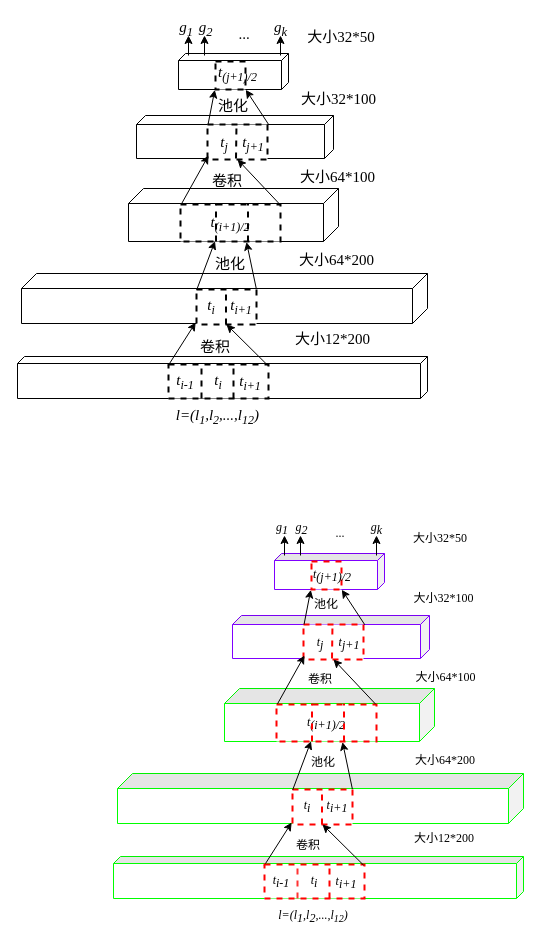
The draw.io diagram 一维卷积.drawio in ByronGe/ff, before the edit. Source tidied: cells renumbered, new cells numbered last; positions are measured from the earlier drawing's top-left corner, leaving out a move shared by most shapes. Both pictures are drawn from the tidied source at 100%, with x=0, y=0 at pixel (17, 18).
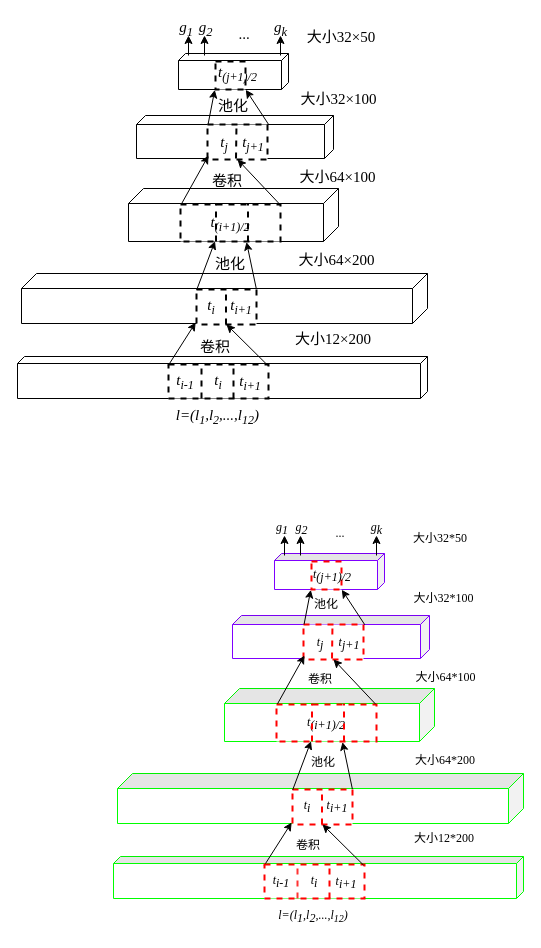
After the change.

Change to the diagram source:
```diff
@@
-    <mxCell id="35" value="&lt;font style=&quot;font-size: 15px;&quot;&gt;大小64*200&lt;/font&gt;" style="text;html=1;strokeColor=none;fillColor=none;align=center;verticalAlign=middle;whiteSpace=wrap;rounded=0;shadow=0;glass=0;comic=0;labelBackgroundColor=none;fontFamily=Times New Roman;fontSize=15;" parent="1" vertex="1">
+    <mxCell id="35" value="&lt;font style=&quot;font-size: 15px&quot;&gt;大小64&lt;span style=&quot;text-align: left&quot;&gt;×&lt;/span&gt;200&lt;/font&gt;" style="text;html=1;strokeColor=none;fillColor=none;align=center;verticalAlign=middle;whiteSpace=wrap;rounded=0;shadow=0;glass=0;comic=0;labelBackgroundColor=none;fontFamily=Times New Roman;fontSize=15;" parent="1" vertex="1">
       <mxGeometry x="276.5" y="223" width="85" height="35" as="geometry" />
     </mxCell>
@@
-    <mxCell id="46" value="&lt;font style=&quot;font-size: 15px;&quot;&gt;大小12*200&lt;/font&gt;" style="text;html=1;fontSize=15;fontFamily=Times New Roman;strokeColor=none;" parent="1" vertex="1">
+    <mxCell id="46" value="&lt;font style=&quot;font-size: 15px&quot;&gt;大小12×200&lt;/font&gt;" style="text;html=1;fontSize=15;fontFamily=Times New Roman;strokeColor=none;" parent="1" vertex="1">
       <mxGeometry x="275.5" y="305" width="83.5" height="25" as="geometry" />
     </mxCell>
-    <mxCell id="47" value="&lt;font style=&quot;font-size: 15px;&quot;&gt;大小64*100&lt;/font&gt;" style="text;html=1;strokeColor=none;fillColor=none;align=center;verticalAlign=middle;whiteSpace=wrap;rounded=0;shadow=0;glass=0;comic=0;labelBackgroundColor=none;fontFamily=Times New Roman;fontSize=15;" parent="1" vertex="1">
+    <mxCell id="47" value="&lt;font style=&quot;font-size: 15px&quot;&gt;大小64&lt;span style=&quot;text-align: left&quot;&gt;×&lt;/span&gt;100&lt;/font&gt;" style="text;html=1;strokeColor=none;fillColor=none;align=center;verticalAlign=middle;whiteSpace=wrap;rounded=0;shadow=0;glass=0;comic=0;labelBackgroundColor=none;fontFamily=Times New Roman;fontSize=15;" parent="1" vertex="1">
       <mxGeometry x="271.5" y="140" width="97" height="35" as="geometry" />
     </mxCell>
-    <mxCell id="48" value="&lt;font style=&quot;font-size: 15px;&quot;&gt;大小32*100&lt;/font&gt;" style="text;html=1;strokeColor=none;fillColor=none;align=center;verticalAlign=middle;whiteSpace=wrap;rounded=0;shadow=0;glass=0;comic=0;labelBackgroundColor=none;fontFamily=Times New Roman;fontSize=15;" parent="1" vertex="1">
+    <mxCell id="48" value="&lt;font style=&quot;font-size: 15px&quot;&gt;大小32&lt;span style=&quot;text-align: left&quot;&gt;×&lt;/span&gt;100&lt;/font&gt;" style="text;html=1;strokeColor=none;fillColor=none;align=center;verticalAlign=middle;whiteSpace=wrap;rounded=0;shadow=0;glass=0;comic=0;labelBackgroundColor=none;fontFamily=Times New Roman;fontSize=15;" parent="1" vertex="1">
       <mxGeometry x="280.5" y="62" width="81" height="35" as="geometry" />
     </mxCell>
-    <mxCell id="49" value="&lt;font style=&quot;font-size: 15px;&quot;&gt;大小32*50&lt;/font&gt;" style="text;html=1;strokeColor=none;fillColor=none;align=center;verticalAlign=middle;whiteSpace=wrap;rounded=0;shadow=0;glass=0;comic=0;labelBackgroundColor=none;fontFamily=Times New Roman;fontSize=15;" parent="1" vertex="1">
+    <mxCell id="49" value="&lt;font style=&quot;font-size: 15px&quot;&gt;大小32&lt;span style=&quot;text-align: left&quot;&gt;×&lt;/span&gt;50&lt;/font&gt;" style="text;html=1;strokeColor=none;fillColor=none;align=center;verticalAlign=middle;whiteSpace=wrap;rounded=0;shadow=0;glass=0;comic=0;labelBackgroundColor=none;fontFamily=Times New Roman;fontSize=15;" parent="1" vertex="1">
       <mxGeometry x="285" width="78" height="35" as="geometry" />
     </mxCell>
```
